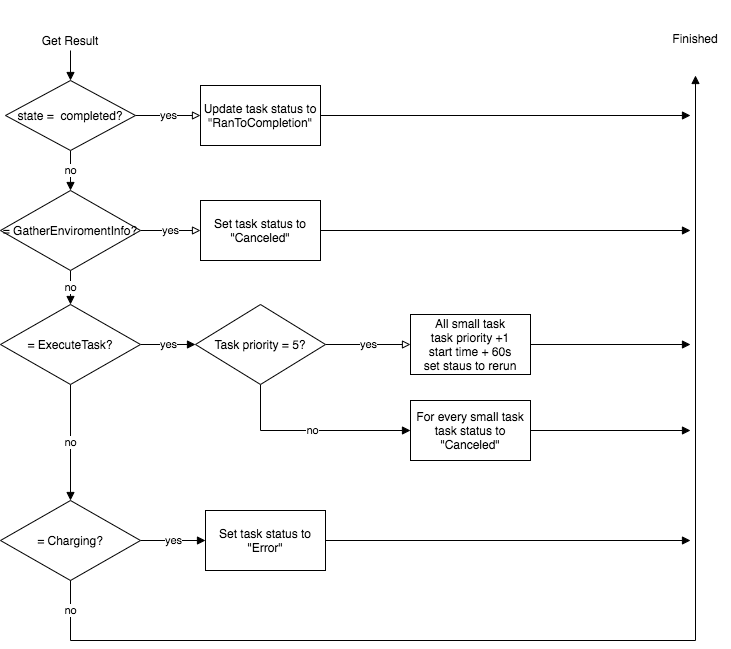
Earlier version of the draw.io export Thesis/content/images/ch4/centralized_task_result.drawio.png (xuanjiao/master_thesis). Source tidied: cells renumbered, new cells last; positions are measured from the earlier drawing's top-left corner, leaving out a move shared by most shapes.
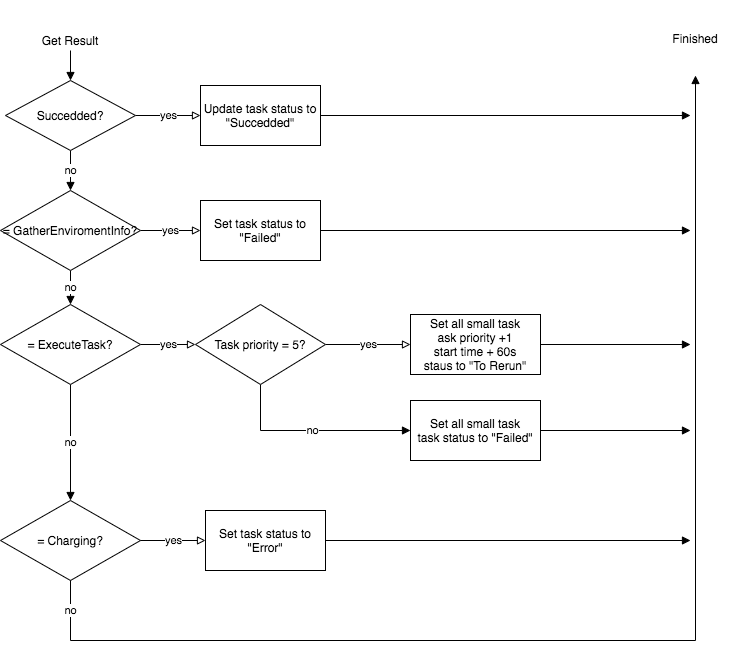
Above is the later version.

What changed in the source:
```diff
@@ -13,7 +13,7 @@
         <mxPoint x="690" y="115" as="targetPoint" />
       </mxGeometry>
     </mxCell>
-    <mxCell id="5" value="&lt;span&gt;Update task status to &quot;RanToCompletion&quot;&lt;/span&gt;" style="rounded=0;whiteSpace=wrap;html=1;" parent="1" vertex="1">
+    <mxCell id="5" value="&lt;span&gt;Update task status to &quot;Succedded&quot;&lt;/span&gt;" style="rounded=0;whiteSpace=wrap;html=1;" parent="1" vertex="1">
       <mxGeometry x="200" y="85" width="120" height="60" as="geometry" />
     </mxCell>
     <mxCell id="6" value="yes" style="edgeStyle=orthogonalEdgeStyle;rounded=0;jettySize=auto;html=1;endArrow=block;endFill=0;" parent="1" edge="1" source="8" target="5">
@@ -22,7 +22,7 @@
     <mxCell id="7" value="no" style="edgeStyle=orthogonalEdgeStyle;rounded=0;jettySize=auto;html=1;endArrow=block;endFill=1;" parent="1" edge="1" source="8" target="13">
       <mxGeometry relative="1" as="geometry" />
     </mxCell>
-    <mxCell id="8" value="state =&amp;nbsp; completed?" style="rhombus;whiteSpace=wrap;html=1;" parent="1" vertex="1">
+    <mxCell id="8" value="Succedded?" style="rhombus;whiteSpace=wrap;html=1;" parent="1" vertex="1">
       <mxGeometry x="5" y="80" width="130" height="70" as="geometry" />
     </mxCell>
     <mxCell id="9" value="yes" style="edgeStyle=orthogonalEdgeStyle;rounded=0;jettySize=auto;html=1;endArrow=block;endFill=0;" parent="1" edge="1" source="20" target="17">
@@ -31,7 +31,7 @@
     <mxCell id="10" value="yes" style="edgeStyle=orthogonalEdgeStyle;rounded=0;jettySize=auto;html=1;endArrow=block;endFill=0;" parent="1" edge="1" source="13" target="15">
       <mxGeometry relative="1" as="geometry" />
     </mxCell>
-    <mxCell id="11" value="yes" style="edgeStyle=orthogonalEdgeStyle;rounded=0;jettySize=auto;html=1;endArrow=block;endFill=1;" parent="1" edge="1" source="22" target="20">
+    <mxCell id="11" value="yes" style="edgeStyle=orthogonalEdgeStyle;rounded=0;jettySize=auto;html=1;endArrow=block;endFill=0;" parent="1" edge="1" source="22" target="20">
       <mxGeometry relative="1" as="geometry" />
     </mxCell>
     <mxCell id="12" value="no" style="edgeStyle=orthogonalEdgeStyle;rounded=0;jettySize=auto;html=1;endArrow=block;endFill=1;" parent="1" edge="1" source="13" target="22">
@@ -45,7 +45,7 @@
         <mxPoint x="690" y="230" as="targetPoint" />
       </mxGeometry>
     </mxCell>
-    <mxCell id="15" value="&lt;span&gt;Set task status to &quot;Canceled&quot;&lt;/span&gt;" style="rounded=0;whiteSpace=wrap;html=1;" parent="1" vertex="1">
+    <mxCell id="15" value="&lt;span&gt;Set task status to &quot;Failed&quot;&lt;/span&gt;" style="rounded=0;whiteSpace=wrap;html=1;" parent="1" vertex="1">
       <mxGeometry x="200" y="200" width="120" height="60" as="geometry" />
     </mxCell>
     <mxCell id="16" style="edgeStyle=orthogonalEdgeStyle;rounded=0;jettySize=auto;html=1;endArrow=block;endFill=1;" parent="1" edge="1" source="17">
@@ -53,8 +53,8 @@
         <mxPoint x="690" y="344" as="targetPoint" />
       </mxGeometry>
     </mxCell>
-    <mxCell id="17" value="All small task&lt;br&gt;task priority +1&lt;br&gt;start time + 60s&lt;br&gt;set staus to rerun" style="rounded=0;whiteSpace=wrap;html=1;" parent="1" vertex="1">
-      <mxGeometry x="410" y="314" width="120" height="60" as="geometry" />
+    <mxCell id="17" value="Set all small task&lt;br&gt;ask priority +1&lt;br&gt;start time + 60s&lt;br&gt;staus to &quot;To Rerun&quot;" style="rounded=0;whiteSpace=wrap;html=1;" parent="1" vertex="1">
+      <mxGeometry x="410" y="314" width="130" height="60" as="geometry" />
     </mxCell>
     <mxCell id="18" value="Finished" style="text;html=1;strokeColor=none;fillColor=none;align=center;verticalAlign=middle;whiteSpace=wrap;rounded=0;" parent="1" vertex="1">
       <mxGeometry x="660" width="70" height="75" as="geometry" />
@@ -80,10 +80,10 @@
         <mxPoint x="690" y="430" as="targetPoint" />
       </mxGeometry>
     </mxCell>
-    <mxCell id="24" value="For every small task&lt;br&gt;task status to &quot;Canceled&quot;" style="rounded=0;whiteSpace=wrap;html=1;" parent="1" vertex="1">
-      <mxGeometry x="410" y="400" width="120" height="60" as="geometry" />
+    <mxCell id="24" value="Set all small task&lt;br&gt;task status to &quot;Failed&quot;" style="rounded=0;whiteSpace=wrap;html=1;" parent="1" vertex="1">
+      <mxGeometry x="410" y="400" width="130" height="60" as="geometry" />
     </mxCell>
-    <mxCell id="25" value="yes" style="edgeStyle=orthogonalEdgeStyle;rounded=0;jettySize=auto;html=1;endArrow=block;endFill=1;" parent="1" edge="1" source="26" target="29">
+    <mxCell id="25" value="yes" style="edgeStyle=orthogonalEdgeStyle;rounded=0;jettySize=auto;html=1;endArrow=block;endFill=0;" parent="1" edge="1" source="26" target="29">
       <mxGeometry relative="1" as="geometry" />
     </mxCell>
     <mxCell id="26" value="= Charging?" style="rhombus;whiteSpace=wrap;html=1;" parent="1" vertex="1">
```
